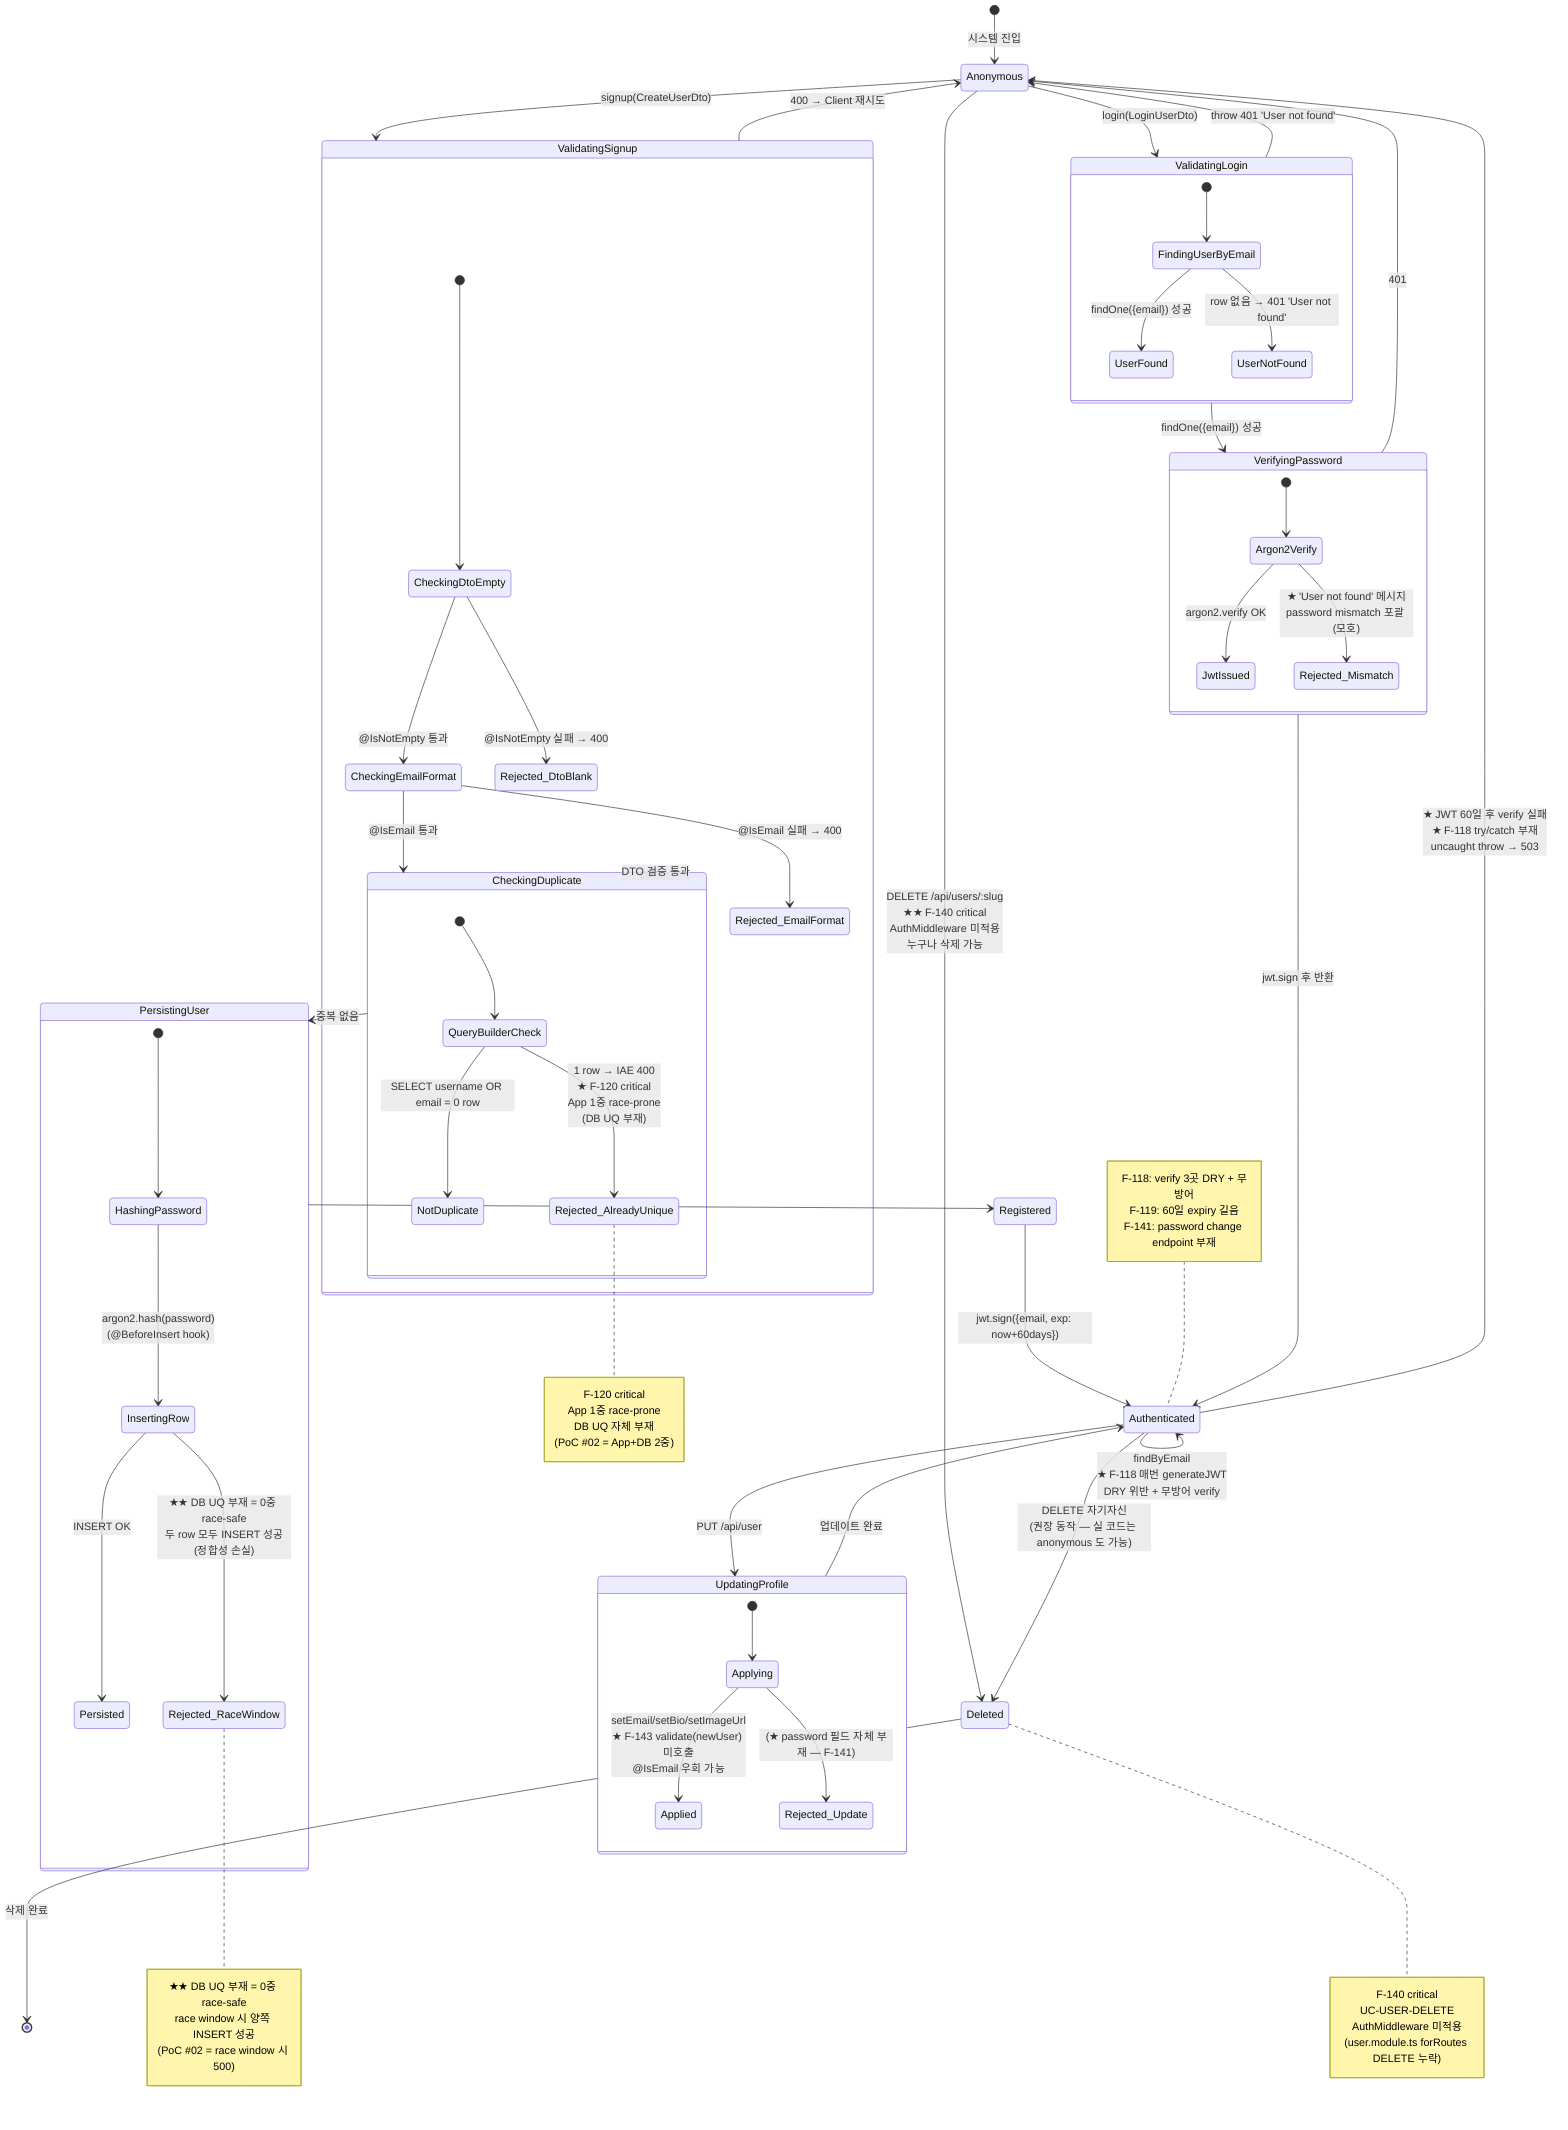
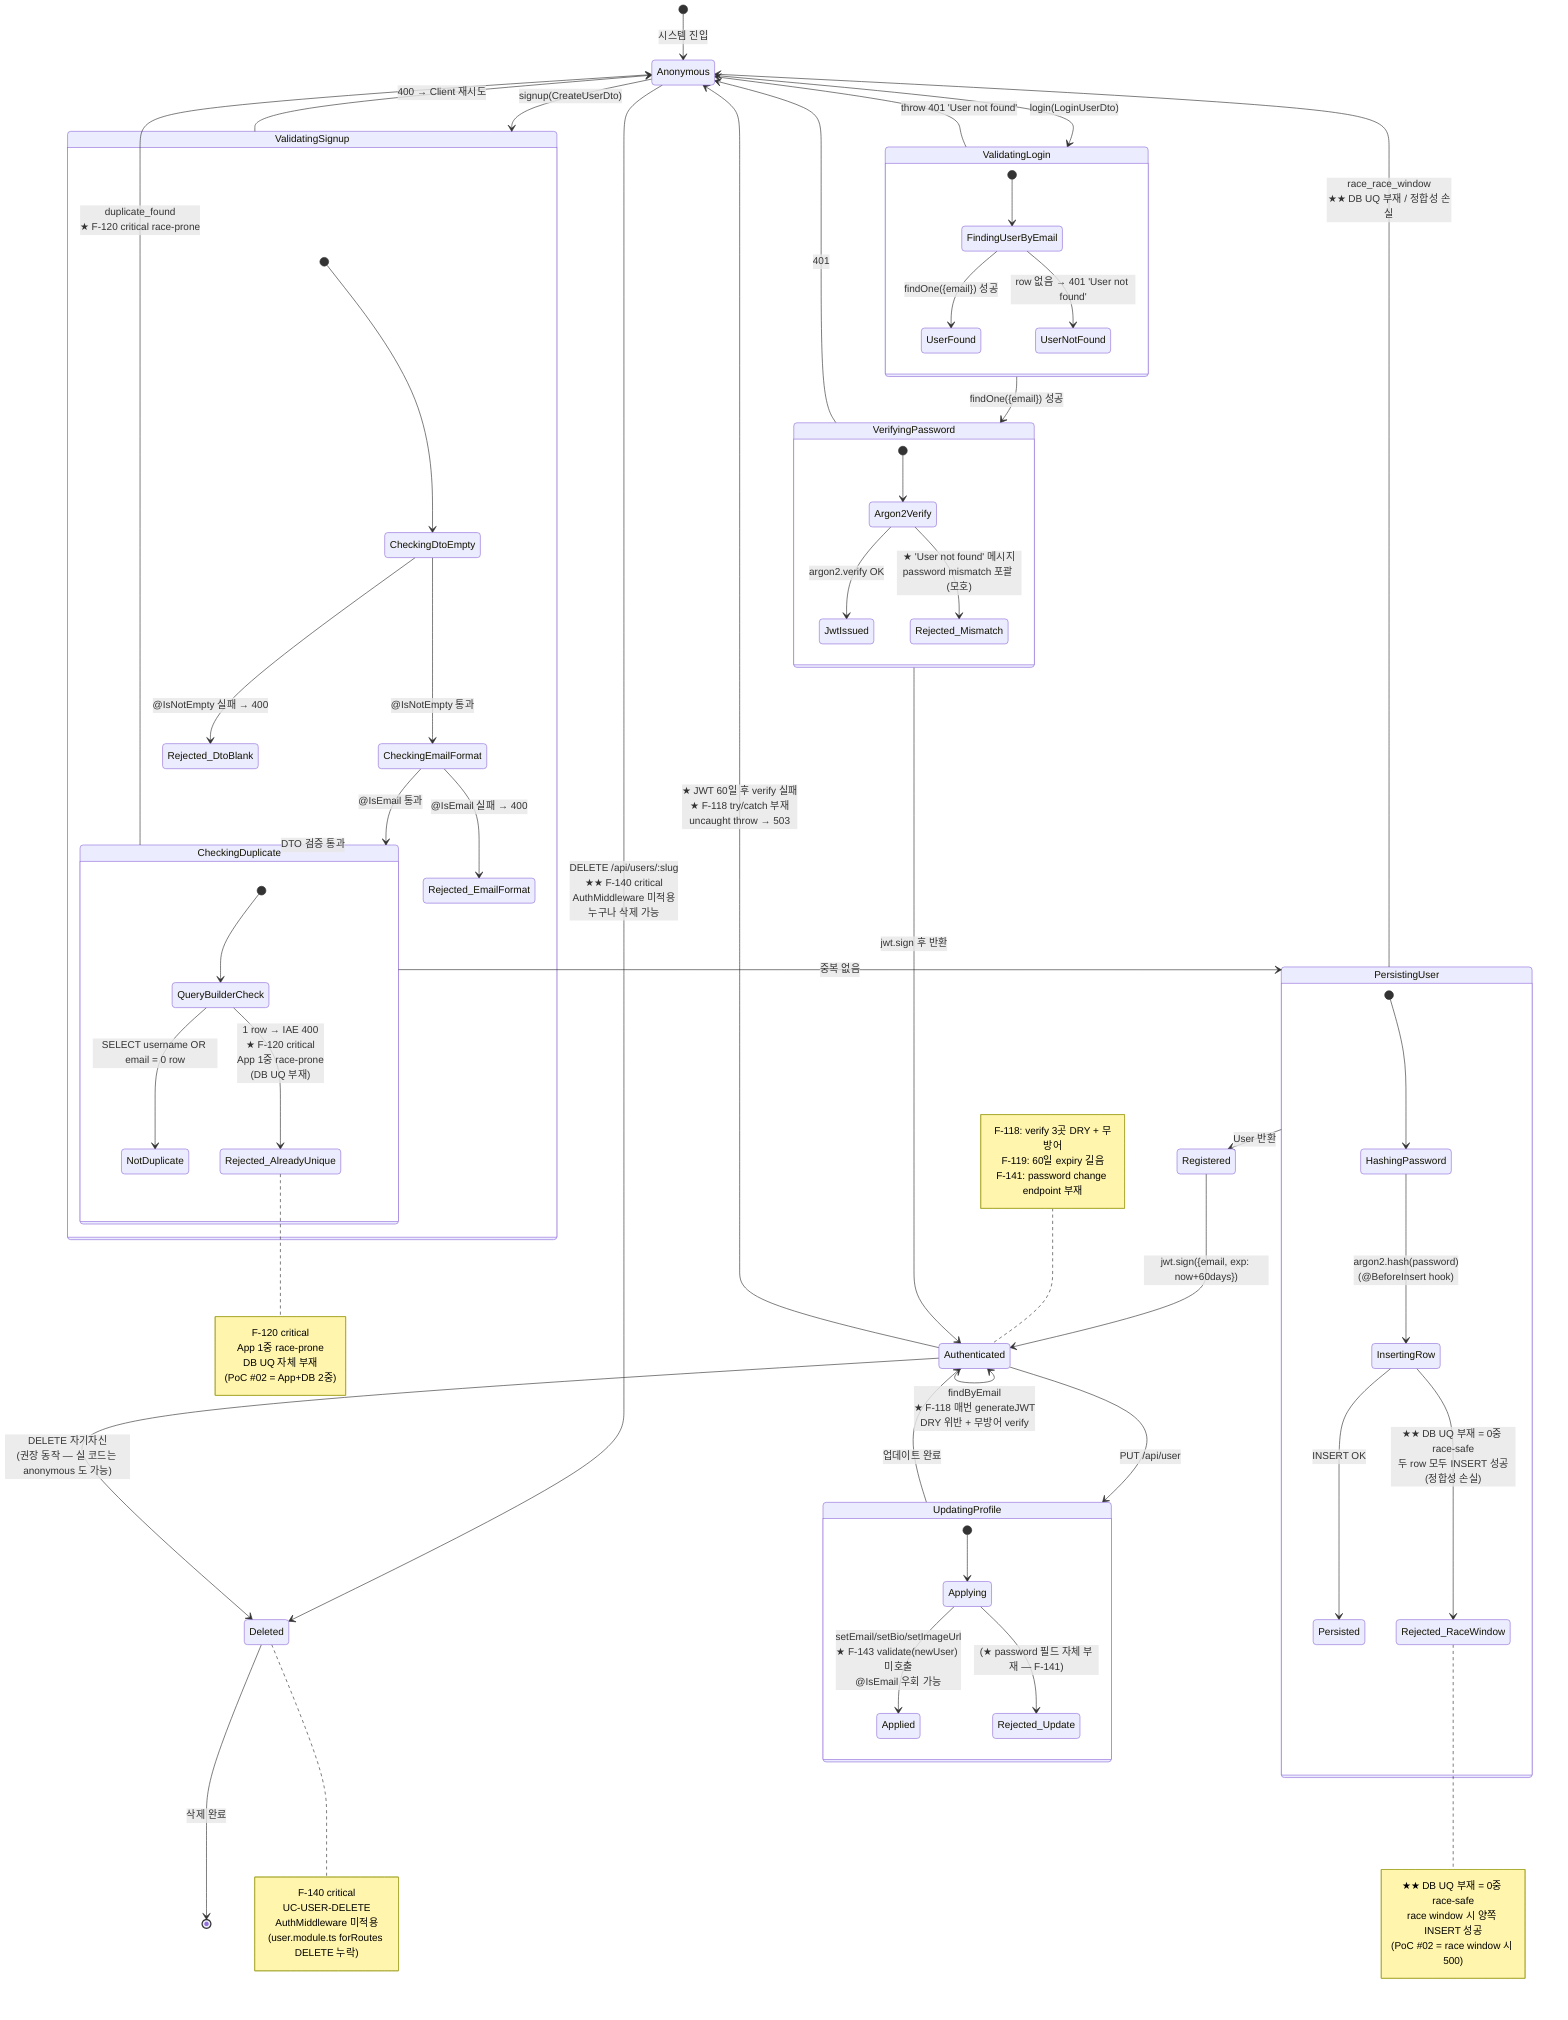
%% PoC #03 — User Aggregate 생애주기 FSM (Phase 4.5)
%% 일자: 2026-04-30
%% Source of Truth: 코드 (src/user/user.service.ts + user.entity.ts + user.controller.ts + auth.middleware.ts + user.module.ts)
%% Direction: B (코드 → L1)
%% 관련 BR: BR-USER-USERNAME-EMAIL-UNIQUE-001 / BR-USER-PASSWORD-HASH-001 / BR-USER-LOGIN-VERIFY-001 / BR-USER-JWT-EXPIRY-001 / BR-USER-DELETE-AUTH-001
%% PoC #02 (User-Account.mermaid) cross-validation: 같은 lifecycle 그러나 DB UQ 부재로 race window 한 단계 더 위험

stateDiagram-v2
    [*] --> Anonymous: 시스템 진입

    Anonymous --> ValidatingSignup: signup(CreateUserDto)
    Anonymous --> ValidatingLogin: login(LoginUserDto)
    Anonymous --> Deleted: DELETE /api/users/:slug<br/>★★ F-140 critical<br/>AuthMiddleware 미적용<br/>누구나 삭제 가능

    state ValidatingSignup {
        [*] --> CheckingDtoEmpty
        CheckingDtoEmpty --> CheckingEmailFormat: @IsNotEmpty 통과
        CheckingDtoEmpty --> Rejected_DtoBlank: @IsNotEmpty 실패 → 400
        CheckingEmailFormat --> CheckingDuplicate: @IsEmail 통과
        CheckingEmailFormat --> Rejected_EmailFormat: @IsEmail 실패 → 400
    }

    state CheckingDuplicate {
        [*] --> QueryBuilderCheck
        QueryBuilderCheck --> NotDuplicate: SELECT username OR email = 0 row
        QueryBuilderCheck --> Rejected_AlreadyUnique: 1 row → IAE 400<br/>★ F-120 critical<br/>App 1중 race-prone<br/>(DB UQ 부재)
    }

    ValidatingSignup --> CheckingDuplicate: DTO 검증 통과
    CheckingDuplicate --> PersistingUser: 중복 없음
+     CheckingDuplicate --> Anonymous: duplicate_found<br/>★ F-120 critical race-prone
    ValidatingSignup --> Anonymous: 400 → Client 재시도

    state PersistingUser {
        [*] --> HashingPassword
        HashingPassword --> InsertingRow: argon2.hash(password)<br/>(@BeforeInsert hook)
        InsertingRow --> Persisted: INSERT OK
        InsertingRow --> Rejected_RaceWindow: ★★ DB UQ 부재 = 0중 race-safe<br/>두 row 모두 INSERT 성공<br/>(정합성 손실)
    }

    PersistingUser --> Registered: User 반환
+     PersistingUser --> Anonymous: race_race_window<br/>★★ DB UQ 부재 / 정합성 손실

    Registered --> Authenticated: jwt.sign({email, exp: now+60days})

    state ValidatingLogin {
        [*] --> FindingUserByEmail
        FindingUserByEmail --> UserFound: findOne({email}) 성공
        FindingUserByEmail --> UserNotFound: row 없음 → 401 'User not found'
    }

    ValidatingLogin --> VerifyingPassword: findOne({email}) 성공
    ValidatingLogin --> Anonymous: throw 401 'User not found'

    state VerifyingPassword {
        [*] --> Argon2Verify
        Argon2Verify --> JwtIssued: argon2.verify OK
        Argon2Verify --> Rejected_Mismatch: ★ 'User not found' 메시지<br/>password mismatch 포괄 (모호)
    }

    VerifyingPassword --> Authenticated: jwt.sign 후 반환
    VerifyingPassword --> Anonymous: 401

    Authenticated --> Authenticated: findByEmail<br/>★ F-118 매번 generateJWT<br/>DRY 위반 + 무방어 verify
    Authenticated --> UpdatingProfile: PUT /api/user
    Authenticated --> Deleted: DELETE 자기자신<br/>(권장 동작 — 실 코드는 anonymous 도 가능)
    Authenticated --> Anonymous: ★ JWT 60일 후 verify 실패<br/>★ F-118 try/catch 부재<br/>uncaught throw → 503

    state UpdatingProfile {
        [*] --> Applying
        Applying --> Applied: setEmail/setBio/setImageUrl<br/>★ F-143 validate(newUser) 미호출<br/>@IsEmail 우회 가능
        Applying --> Rejected_Update: (★ password 필드 자체 부재 — F-141)
    }

    UpdatingProfile --> Authenticated: 업데이트 완료

    Deleted --> [*]: 삭제 완료

    note right of Rejected_AlreadyUnique
        F-120 critical
        App 1중 race-prone
        DB UQ 자체 부재
        (PoC #02 = App+DB 2중)
    end note

    note right of Rejected_RaceWindow
        ★★ DB UQ 부재 = 0중 race-safe
        race window 시 양쪽 INSERT 성공
        (PoC #02 = race window 시 500)
    end note

    note left of Authenticated
        F-118: verify 3곳 DRY + 무방어
        F-119: 60일 expiry 길음
        F-141: password change endpoint 부재
    end note

    note right of Deleted
        F-140 critical
        UC-USER-DELETE
        AuthMiddleware 미적용
        (user.module.ts forRoutes DELETE 누락)
    end note
